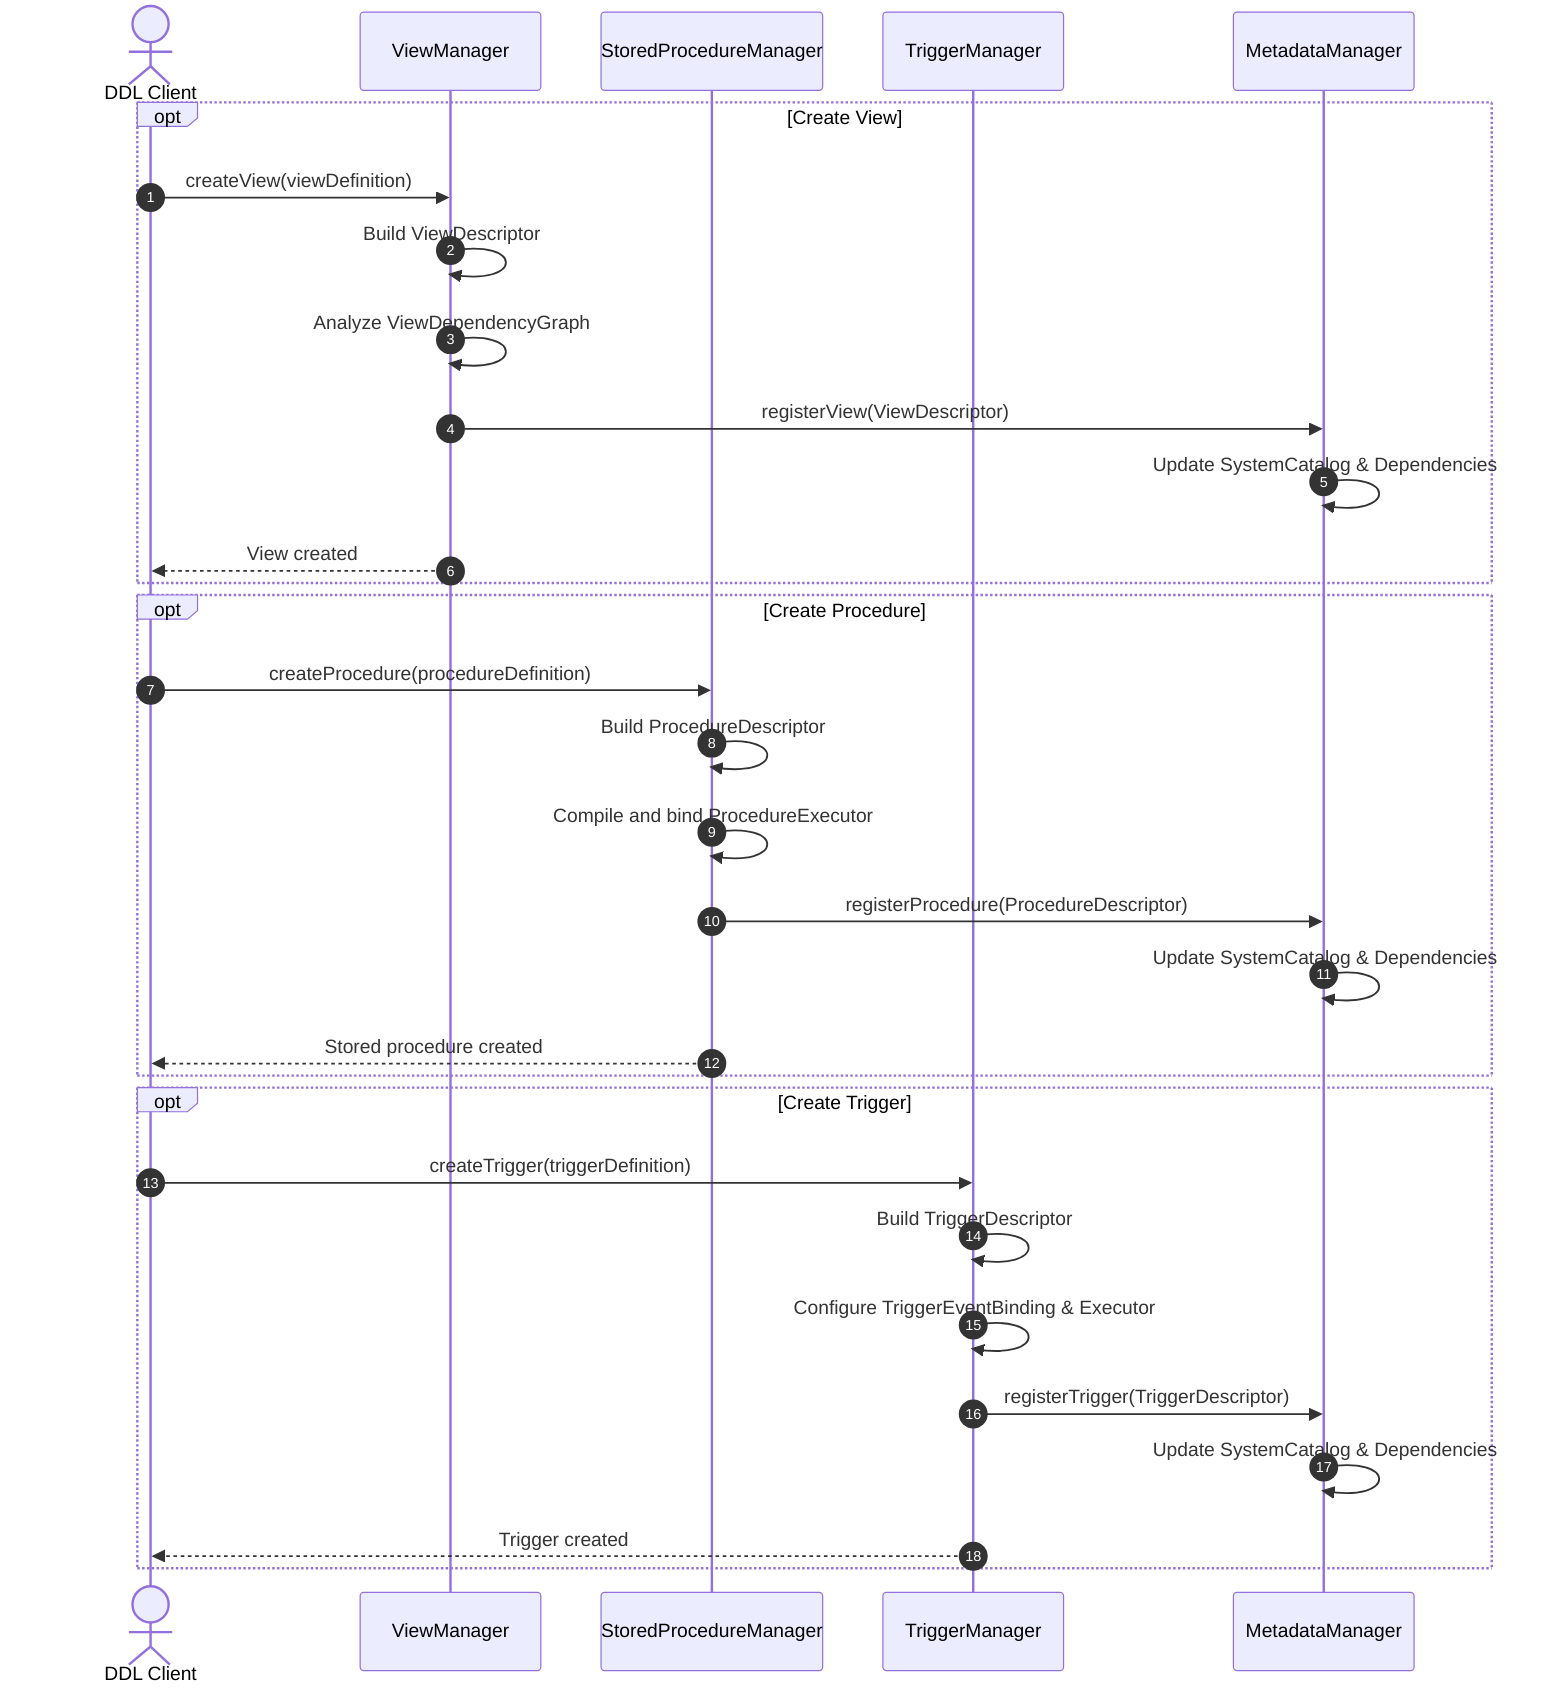
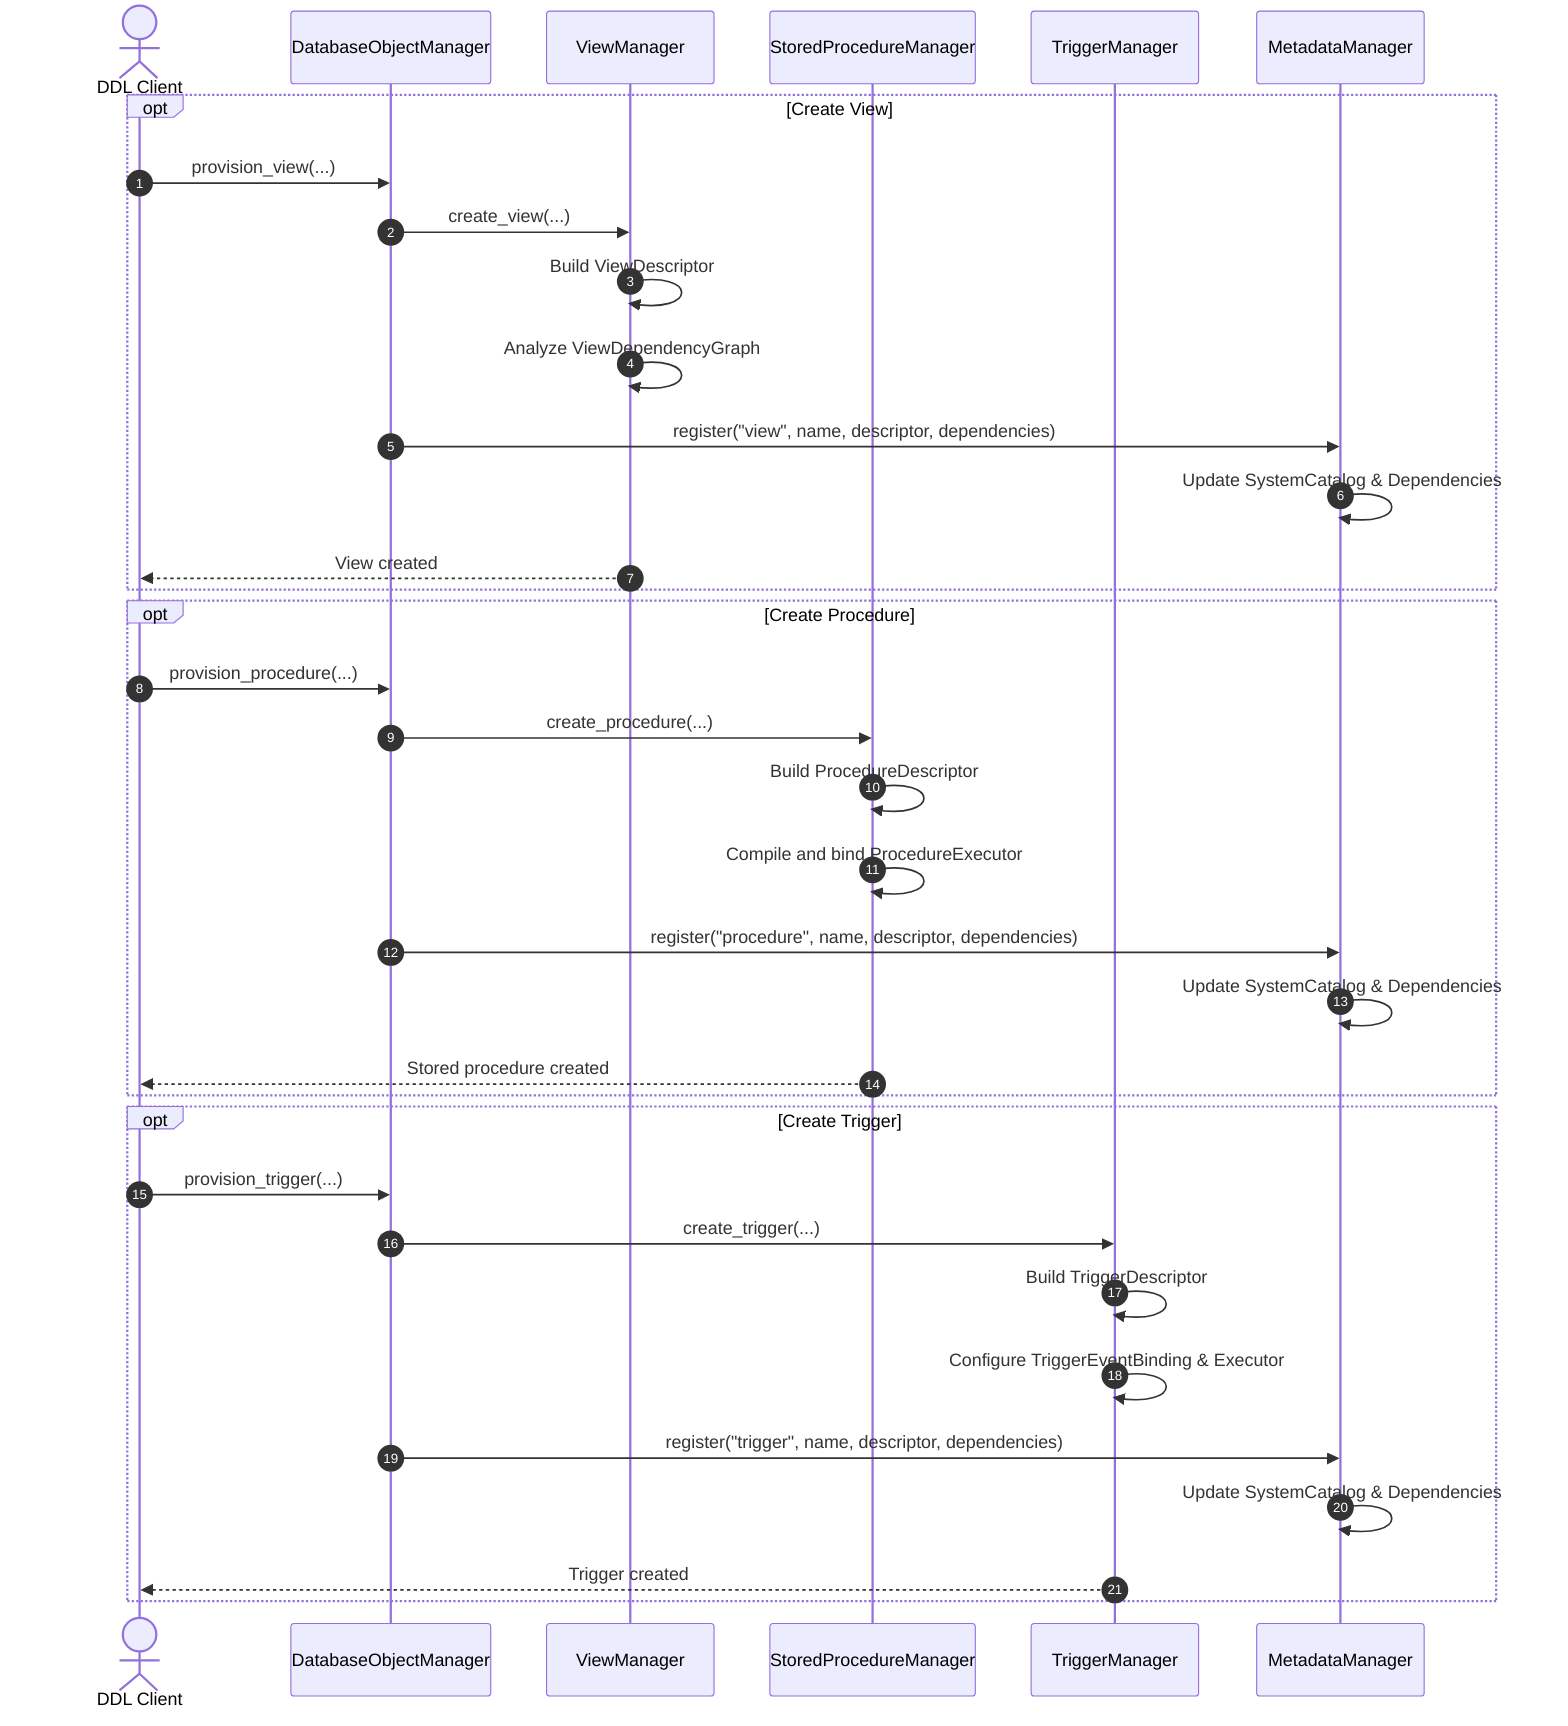
sequenceDiagram
    autonumber
    actor Client as DDL Client
+     participant DOM as DatabaseObjectManager
    participant VM as ViewManager
    participant SPM as StoredProcedureManager
    participant TRM as TriggerManager
    participant MM as MetadataManager

    %% View Creation
    opt Create View
-         Client->>VM: createView(viewDefinition)
+         Client->>DOM: provision_view(...)
+         DOM->>VM: create_view(...)
        VM->>VM: Build ViewDescriptor
        VM->>VM: Analyze ViewDependencyGraph
-         VM->>MM: registerView(ViewDescriptor)
+         DOM->>MM: register("view", name, descriptor, dependencies)
        MM->>MM: Update SystemCatalog & Dependencies
        VM-->>Client: View created
    end

    %% Procedure Creation
    opt Create Procedure
-         Client->>SPM: createProcedure(procedureDefinition)
+         Client->>DOM: provision_procedure(...)
+         DOM->>SPM: create_procedure(...)
        SPM->>SPM: Build ProcedureDescriptor
        SPM->>SPM: Compile and bind ProcedureExecutor
-         SPM->>MM: registerProcedure(ProcedureDescriptor)
+         DOM->>MM: register("procedure", name, descriptor, dependencies)
        MM->>MM: Update SystemCatalog & Dependencies
        SPM-->>Client: Stored procedure created
    end

    %% Trigger Creation
    opt Create Trigger
-         Client->>TRM: createTrigger(triggerDefinition)
+         Client->>DOM: provision_trigger(...)
+         DOM->>TRM: create_trigger(...)
        TRM->>TRM: Build TriggerDescriptor
        TRM->>TRM: Configure TriggerEventBinding & Executor
-         TRM->>MM: registerTrigger(TriggerDescriptor)
+         DOM->>MM: register("trigger", name, descriptor, dependencies)
        MM->>MM: Update SystemCatalog & Dependencies
        TRM-->>Client: Trigger created
    end
